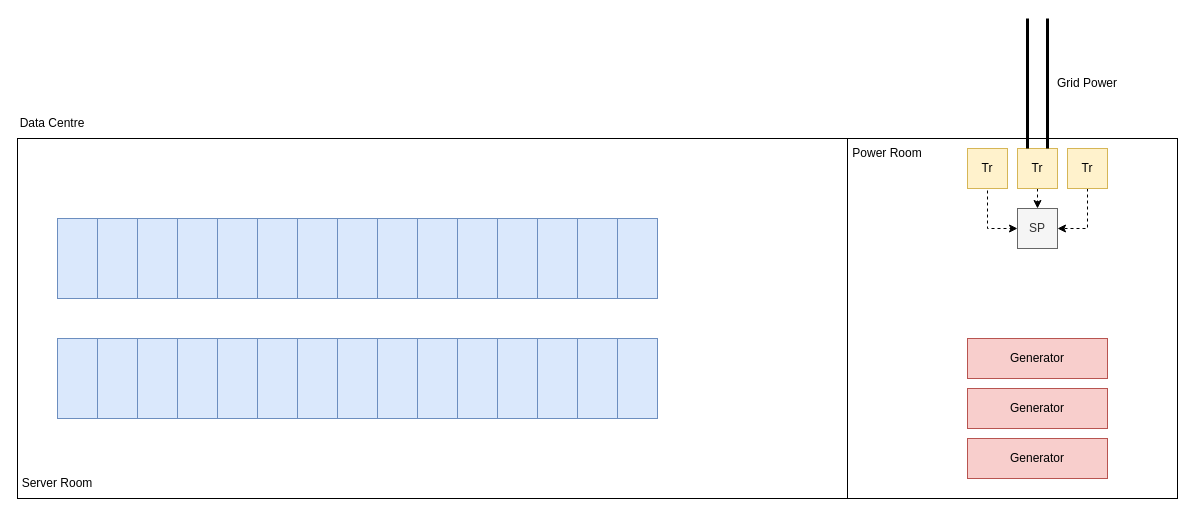
BenDonovan2002/BS2202 keeps this draw.io diagram as Servers.drawio. Above is the earlier version. Source tidied: cells renumbered, new cells numbered last; positions are measured from the earlier drawing's top-left corner, leaving out a move shared by most shapes. Both pictures are drawn from the tidied source at 100%, with x=0, y=0 at pixel (17, 18).
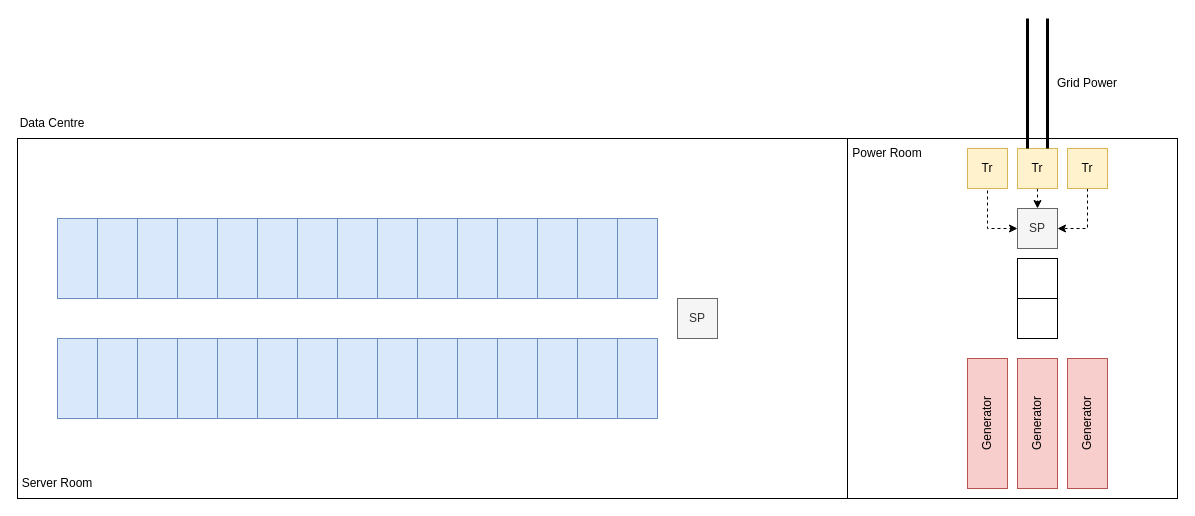
The same diagram, later.

Diff of the diagram source:
```diff
@@
-    <mxCell id="41" value="Generator" style="rounded=0;whiteSpace=wrap;html=1;fillColor=#f8cecc;strokeColor=#b85450;" parent="1" vertex="1">
-      <mxGeometry x="950" y="320" width="140" height="40" as="geometry" />
+    <mxCell id="41" value="Generator" style="rounded=0;whiteSpace=wrap;html=1;fillColor=#f8cecc;strokeColor=#b85450;rotation=-90;" parent="1" vertex="1">
+      <mxGeometry x="905" y="385" width="130" height="40" as="geometry" />
     </mxCell>
-    <mxCell id="42" value="Generator" style="rounded=0;whiteSpace=wrap;html=1;fillColor=#f8cecc;strokeColor=#b85450;" parent="1" vertex="1">
-      <mxGeometry x="950" y="370" width="140" height="40" as="geometry" />
+    <mxCell id="42" value="Generator" style="rounded=0;whiteSpace=wrap;html=1;fillColor=#f8cecc;strokeColor=#b85450;rotation=-90;" parent="1" vertex="1">
+      <mxGeometry x="955" y="385" width="130" height="40" as="geometry" />
     </mxCell>
-    <mxCell id="43" value="Generator" style="rounded=0;whiteSpace=wrap;html=1;fillColor=#f8cecc;strokeColor=#b85450;" parent="1" vertex="1">
-      <mxGeometry x="950" y="420" width="140" height="40" as="geometry" />
+    <mxCell id="43" value="Generator" style="rounded=0;whiteSpace=wrap;html=1;fillColor=#f8cecc;strokeColor=#b85450;rotation=-90;" parent="1" vertex="1">
+      <mxGeometry x="1005" y="385" width="130" height="40" as="geometry" />
     </mxCell>
@@
+    <mxCell id="51" value="SP" style="rounded=0;whiteSpace=wrap;html=1;fillColor=#f5f5f5;strokeColor=#666666;fontColor=#333333;" parent="1" vertex="1">
+      <mxGeometry x="660" y="280" width="40" height="40" as="geometry" />
+    </mxCell>
+    <mxCell id="52" style="rounded=0;whiteSpace=wrap;html=1;" parent="1" vertex="1">
+      <mxGeometry x="1000" y="240" width="40" height="40" as="geometry" />
+    </mxCell>
+    <mxCell id="53" style="rounded=0;whiteSpace=wrap;html=1;" parent="1" vertex="1">
+      <mxGeometry x="1000" y="280" width="40" height="40" as="geometry" />
+    </mxCell>
```
